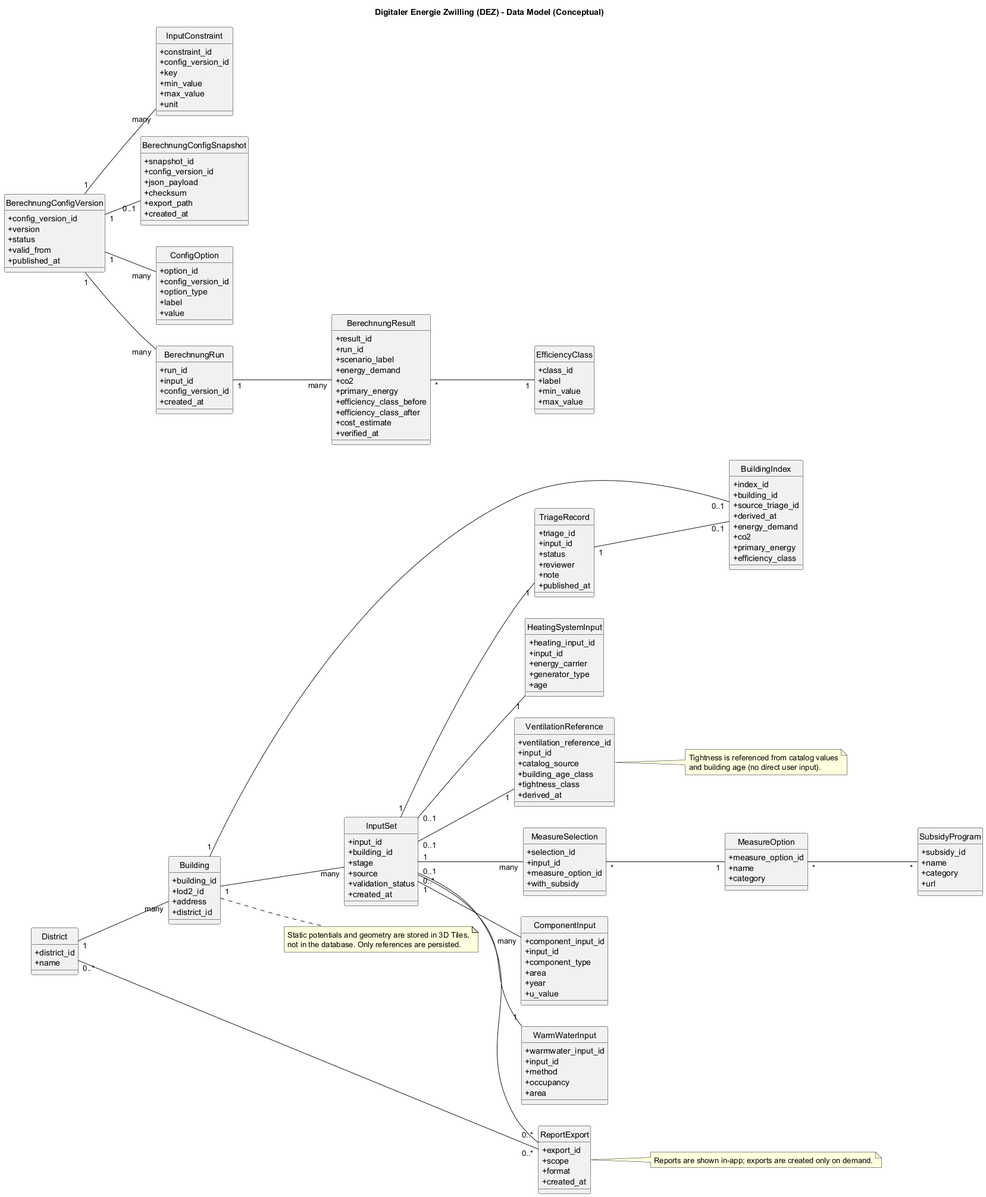
csi-FOXBYTE/Regensburg_DigitalerEnergieZwilling_Backend keeps this PlantUML diagram as docs/architecture/attachments/data-model.png. Above is the earlier version.
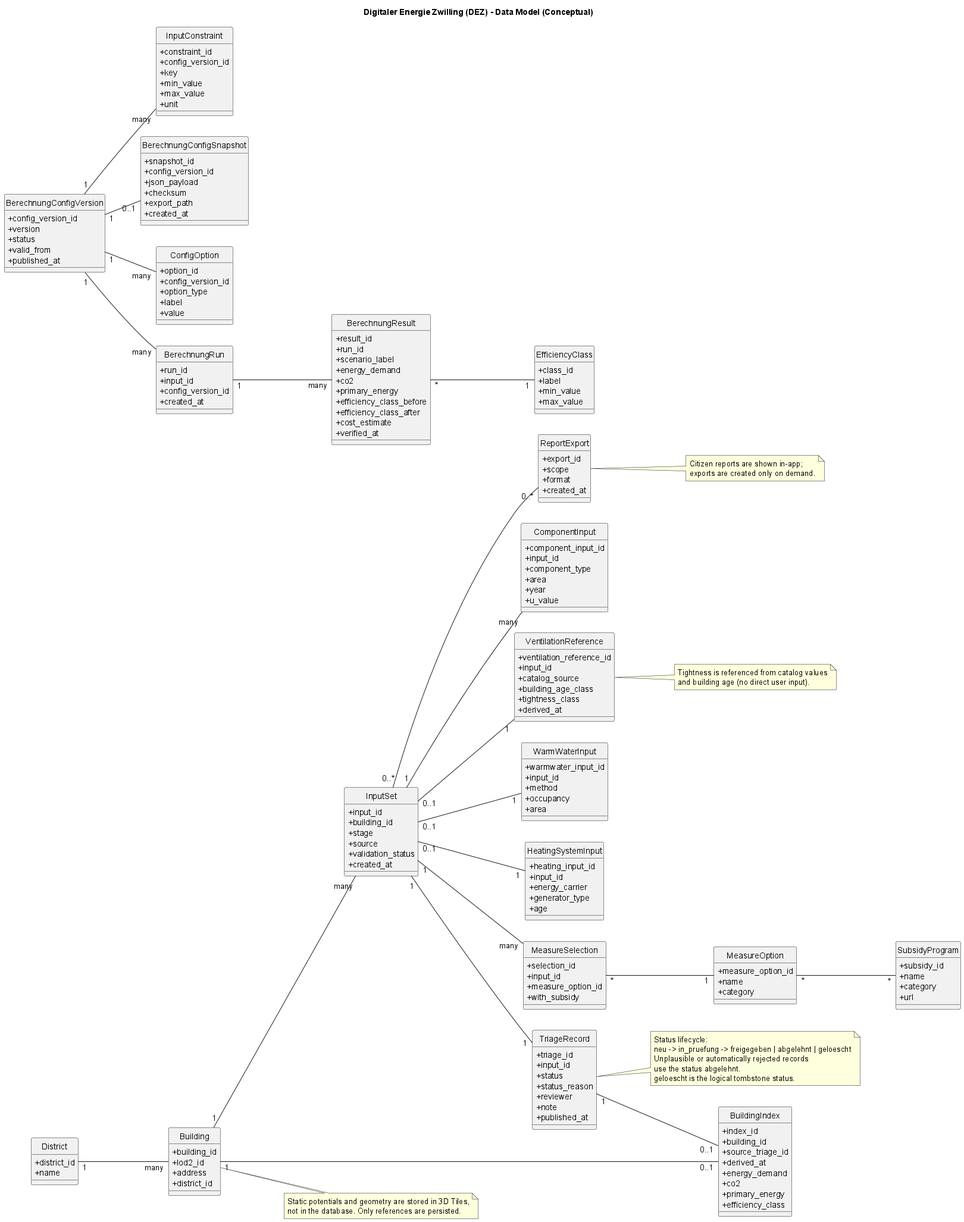
The same file after the commit.

Change to the diagram source:
```diff
@@ -156,6 +156,7 @@
   +triage_id
   +input_id
   +status
+  +status_reason
   +reviewer
   +note
   +published_at
@@ -191,7 +192,6 @@
 TriageRecord "1" -- "0..1" BuildingIndex
 Building "1" -- "0..1" BuildingIndex
 InputSet "0..*" -- "0..*" ReportExport
-District "0..*" -- "0..*" ReportExport
 
 note right of Building
 Static potentials and geometry are stored in 3D Tiles,
@@ -199,7 +199,8 @@
 end note
 
 note right of ReportExport
-Reports are shown in-app; exports are created only on demand.
+Citizen reports are shown in-app;
+exports are created only on demand.
 end note
 
 note right of VentilationReference
@@ -207,4 +208,12 @@
 and building age (no direct user input).
 end note
 
+note right of TriageRecord
+Status lifecycle:
+neu -> in_pruefung -> freigegeben | abgelehnt | geloescht
+Unplausible or automatically rejected records
+use the status abgelehnt.
+geloescht is the logical tombstone status.
+end note
+
 @enduml
```
